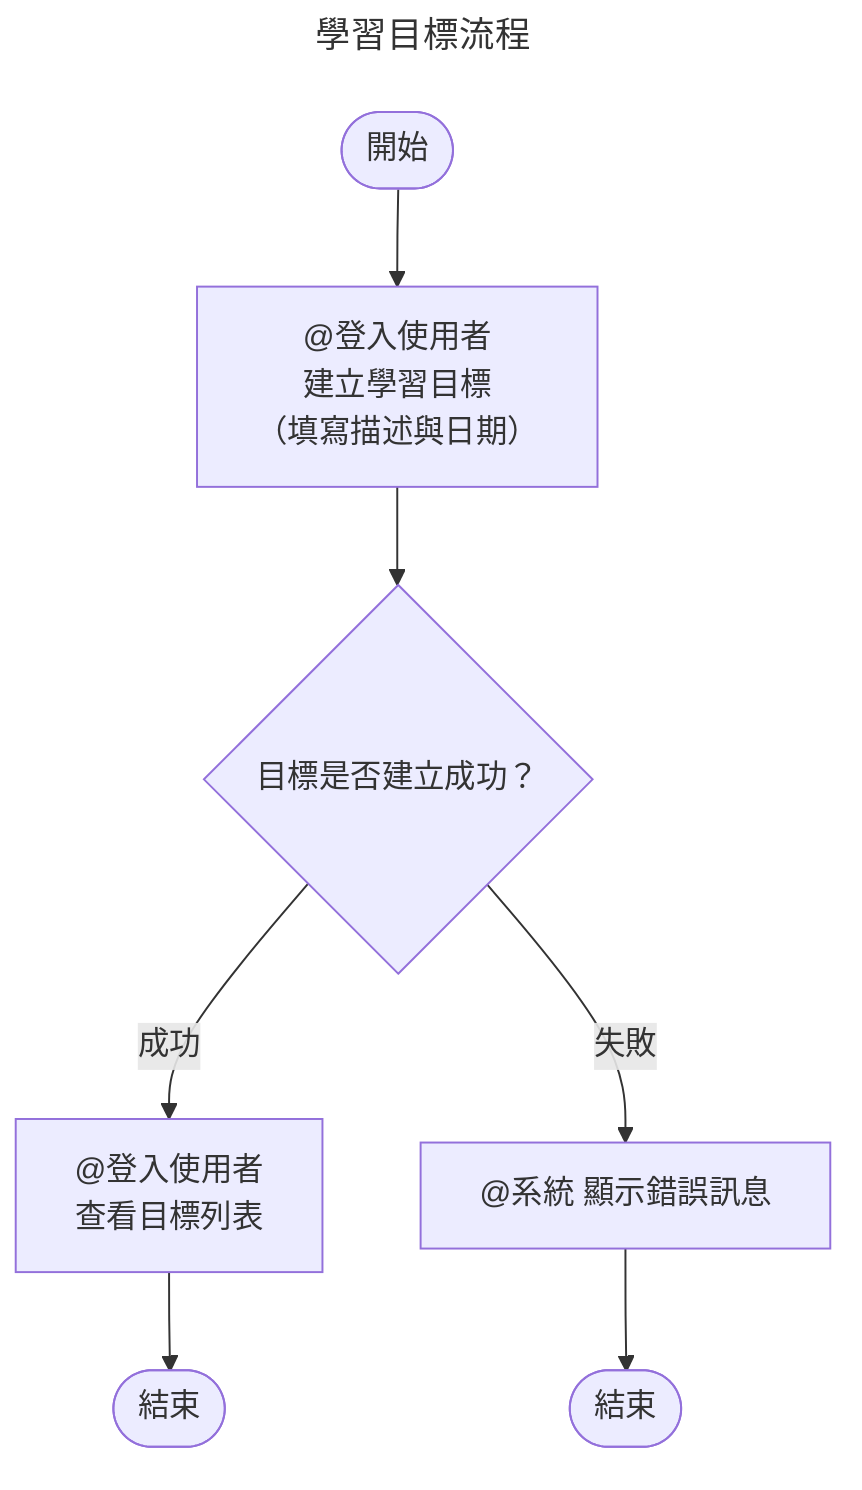
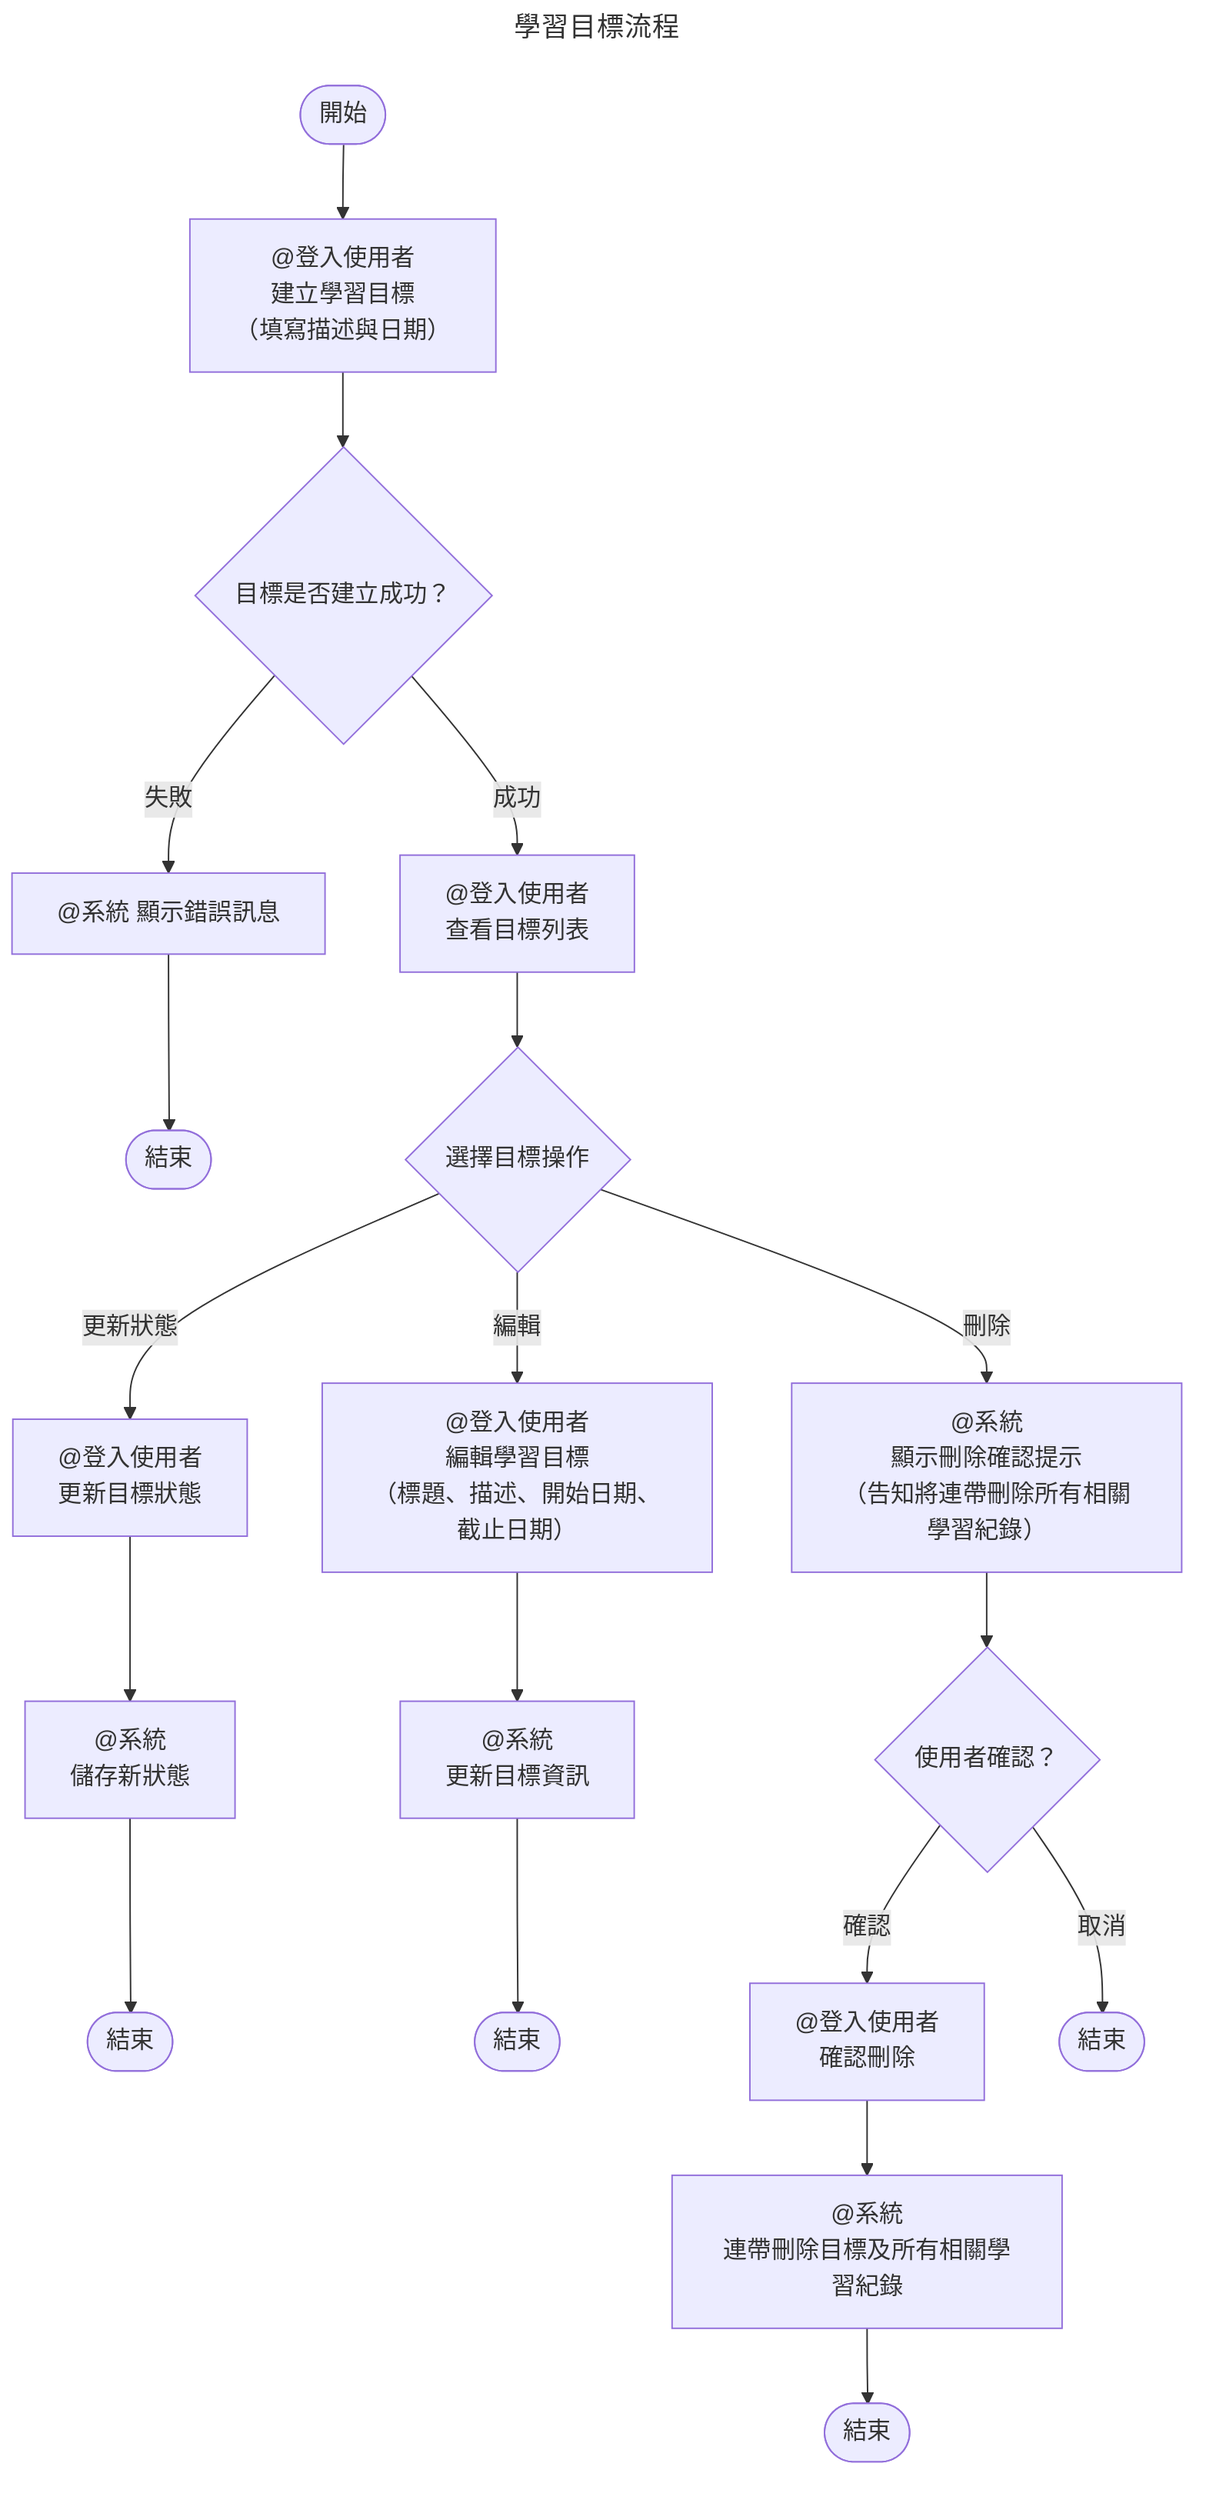
---
title: 學習目標流程
actor: 登入使用者
features:
  - learning-goal/建立學習目標.feature
  - learning-goal/查看學習目標.feature
  - learning-goal/更新目標狀態.feature
+   - learning-goal/編輯學習目標.feature
+   - learning-goal/刪除學習目標.feature
---
flowchart TD
    START([開始]) --> A1

    A1["@登入使用者\n建立學習目標\n（填寫描述與日期）"]
    %% <- 原文「設定自己的學習目標與日期」
    %% <- 使用者確認：開始日期 + 截止日期（兩者皆有）
    A1 --> A2

    A2{"目標是否建立成功？"}
    A2 -- 成功 --> A3
    A2 -- 失敗 --> A2E["@系統 顯示錯誤訊息"]
    %% 建立失敗的錯誤處理由 Phase 05 實作定義

    A2E --> END_E([結束])

    A3["@登入使用者\n查看目標列表"]
    %% <- 使用者確認：狀態為 尚未開始／進行中／已完成／放棄
-     A3 --> END([結束])
+     A3 --> A4{"選擇目標操作"}
+ 
+     A4 -- 更新狀態 --> A5["@登入使用者\n更新目標狀態"]
+     A5 --> A5S["@系統\n儲存新狀態"]
+     A5S --> END([結束])
+ 
+     A4 -- 編輯 --> A6["@登入使用者\n編輯學習目標\n（標題、描述、開始日期、截止日期）"]
+     A6 --> A6S["@系統\n更新目標資訊"]
+     A6S --> END2([結束])
+ 
+     A4 -- 刪除 --> A7P["@系統\n顯示刪除確認提示\n（告知將連帶刪除所有相關學習紀錄）"]
+     A7P --> A7C{"使用者確認？"}
+     A7C -- 確認 --> A7["@登入使用者\n確認刪除"]
+     A7 --> A7S["@系統\n連帶刪除目標及所有相關學習紀錄"]
+     A7S --> END3([結束])
+     A7C -- 取消 --> END4([結束])
